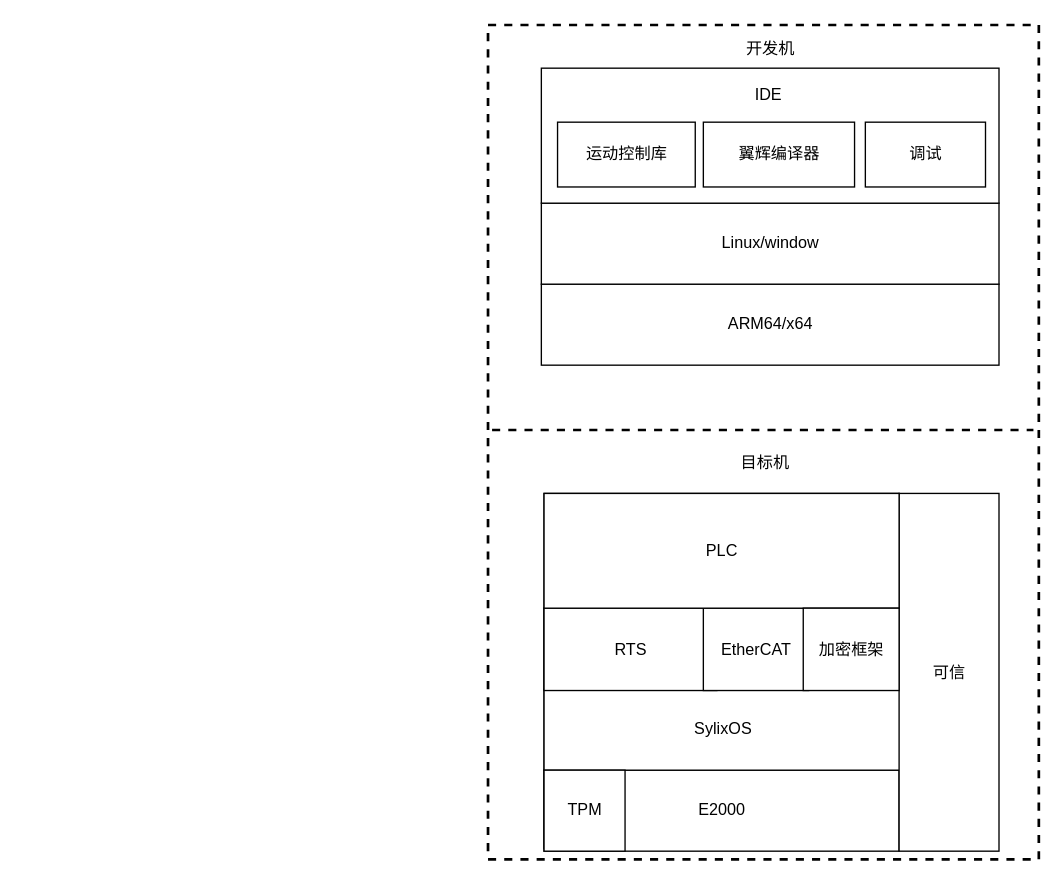
Before: 国产PLC.drawio in SongXiaoLongg/DrawIO, a draw.io diagram. Source tidied: cells renumbered, new cells numbered last; positions are measured from the earlier drawing's top-left corner, leaving out a move shared by most shapes. Both pictures are drawn from the tidied source at 135%, with x=0, y=0 at pixel (487, 24).
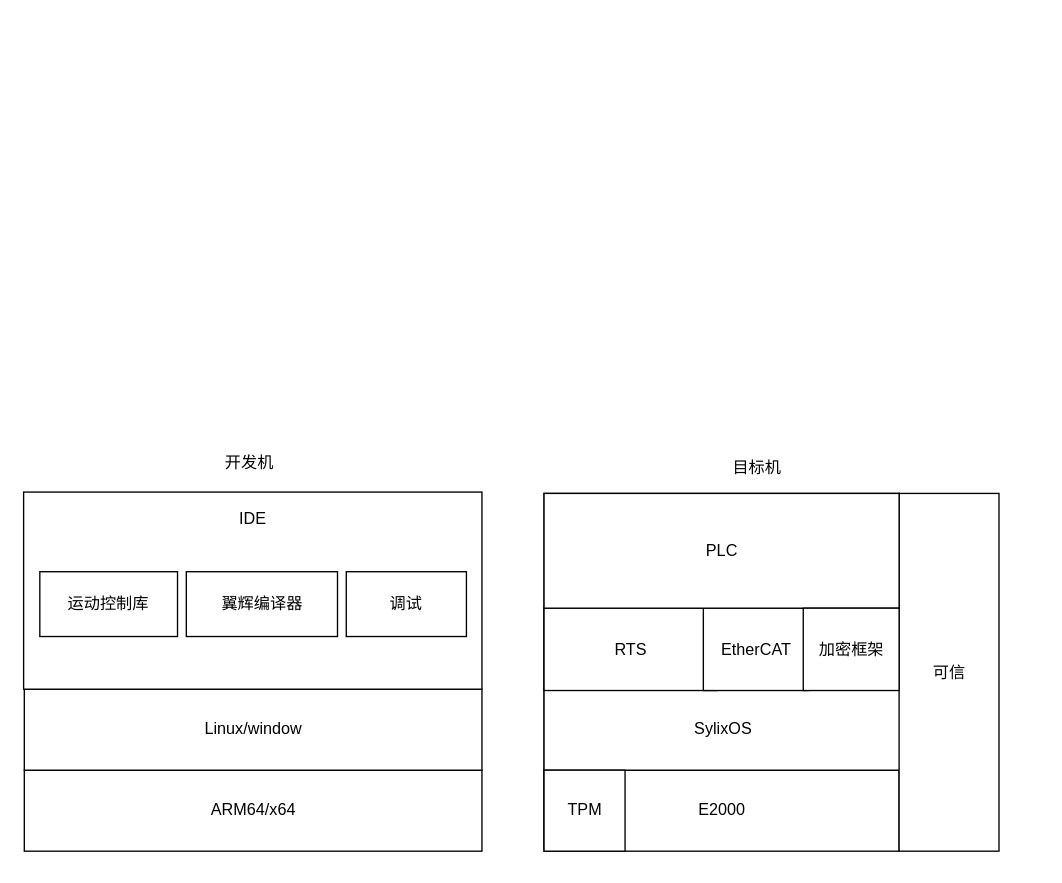
The same diagram, later.

Change to the diagram source:
```diff
@@
     <mxCell id="12" value="目标机" style="text;html=1;align=center;verticalAlign=middle;strokeColor=none;fillColor=none;" parent="1" vertex="1">
-      <mxGeometry x="177.5" y="312" width="54" height="26" as="geometry" />
+      <mxGeometry x="171.5" y="315" width="54" height="26" as="geometry" />
     </mxCell>
     <mxCell id="13" value="ARM64/x64" style="rounded=0;whiteSpace=wrap;html=1;" parent="1" vertex="1">
-      <mxGeometry x="39.5" y="192" width="339" height="60" as="geometry" />
+      <mxGeometry x="-343.5" y="552" width="339" height="60" as="geometry" />
     </mxCell>
     <mxCell id="14" value="Linux/window" style="rounded=0;whiteSpace=wrap;html=1;" parent="1" vertex="1">
-      <mxGeometry x="39.5" y="132" width="339" height="60" as="geometry" />
+      <mxGeometry x="-343.5" y="492" width="339" height="60" as="geometry" />
     </mxCell>
     <mxCell id="15" style="rounded=0;whiteSpace=wrap;html=1;" parent="1" vertex="1">
-      <mxGeometry x="39.5" y="32" width="339" height="100" as="geometry" />
+      <mxGeometry x="-344" y="346" width="339.5" height="146" as="geometry" />
     </mxCell>
     <mxCell id="16" value="IDE" style="text;html=1;align=center;verticalAlign=middle;whiteSpace=wrap;rounded=0;" parent="1" vertex="1">
-      <mxGeometry x="177.5" y="37" width="60" height="30" as="geometry" />
+      <mxGeometry x="-204.2" y="351" width="60" height="30" as="geometry" />
     </mxCell>
     <mxCell id="17" value="运动控制库" style="rounded=0;whiteSpace=wrap;html=1;" parent="1" vertex="1">
-      <mxGeometry x="51.5" y="72" width="102" height="48" as="geometry" />
+      <mxGeometry x="-332" y="405" width="102" height="48" as="geometry" />
     </mxCell>
     <mxCell id="18" value="翼辉编译器" style="rounded=0;whiteSpace=wrap;html=1;" parent="1" vertex="1">
-      <mxGeometry x="159.5" y="72" width="112" height="48" as="geometry" />
+      <mxGeometry x="-223.5" y="405" width="112" height="48" as="geometry" />
     </mxCell>
     <mxCell id="19" value="调试" style="rounded=0;whiteSpace=wrap;html=1;" parent="1" vertex="1">
-      <mxGeometry x="279.5" y="72" width="89" height="48" as="geometry" />
+      <mxGeometry x="-105" y="405" width="89" height="48" as="geometry" />
     </mxCell>
     <mxCell id="20" value="开发机" style="text;html=1;align=center;verticalAlign=middle;strokeColor=none;fillColor=none;" parent="1" vertex="1">
-      <mxGeometry x="181.5" y="5" width="54" height="26" as="geometry" />
+      <mxGeometry x="-204.2" y="312" width="54" height="26" as="geometry" />
     </mxCell>
-    <mxCell id="21" style="rounded=0;whiteSpace=wrap;html=1;fillColor=none;dashed=1;strokeWidth=2;" parent="1" vertex="1">
-      <mxGeometry width="408" height="618" as="geometry" />
-    </mxCell>
-    <mxCell id="22" style="line;strokeWidth=2;html=1;dashed=1;" parent="1" vertex="1">
-      <mxGeometry x="3" y="295" width="401" height="10" as="geometry" />
-    </mxCell>
```
